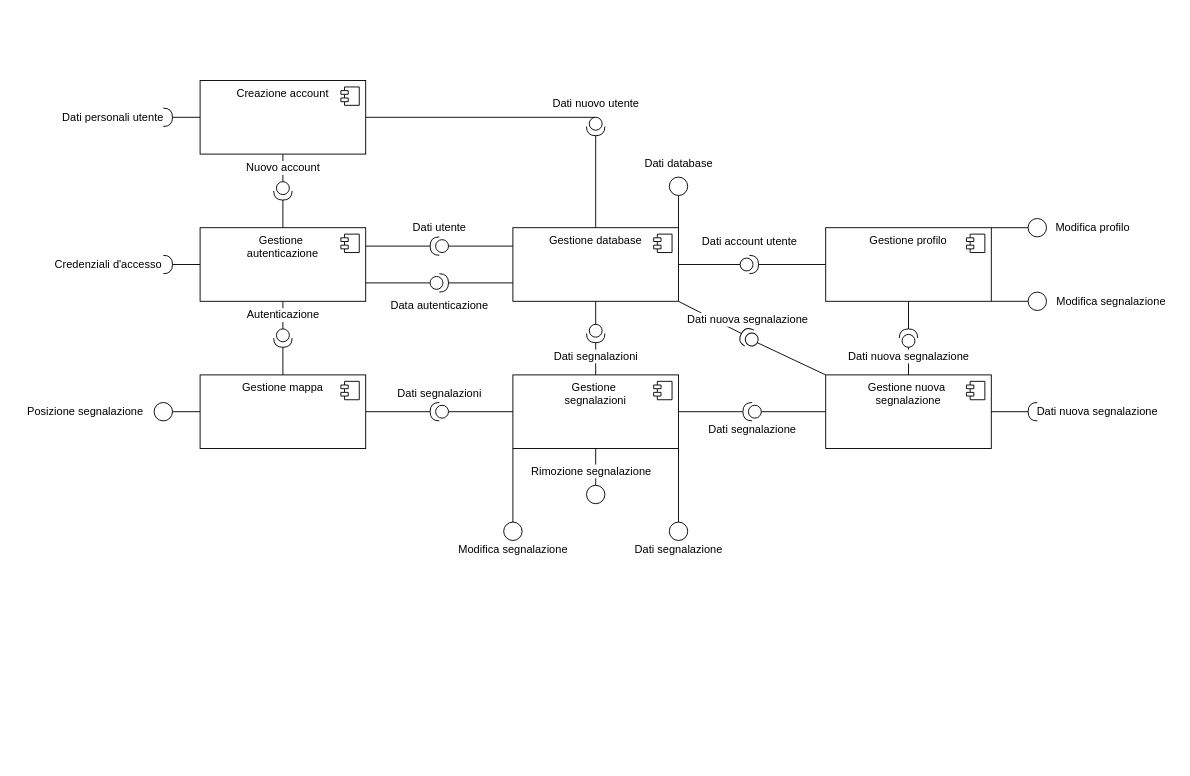
Before: page "Componenti" (14 of 14) of Copia di IS.drawio in LucaBarbolini/Prova1, a draw.io diagram. Source tidied: cells renumbered, new cells numbered last; positions are measured from the earlier drawing's top-left corner, leaving out a move shared by most shapes. Both pictures are drawn from the tidied source at 92%, with x=0, y=0 at pixel (16, 80).
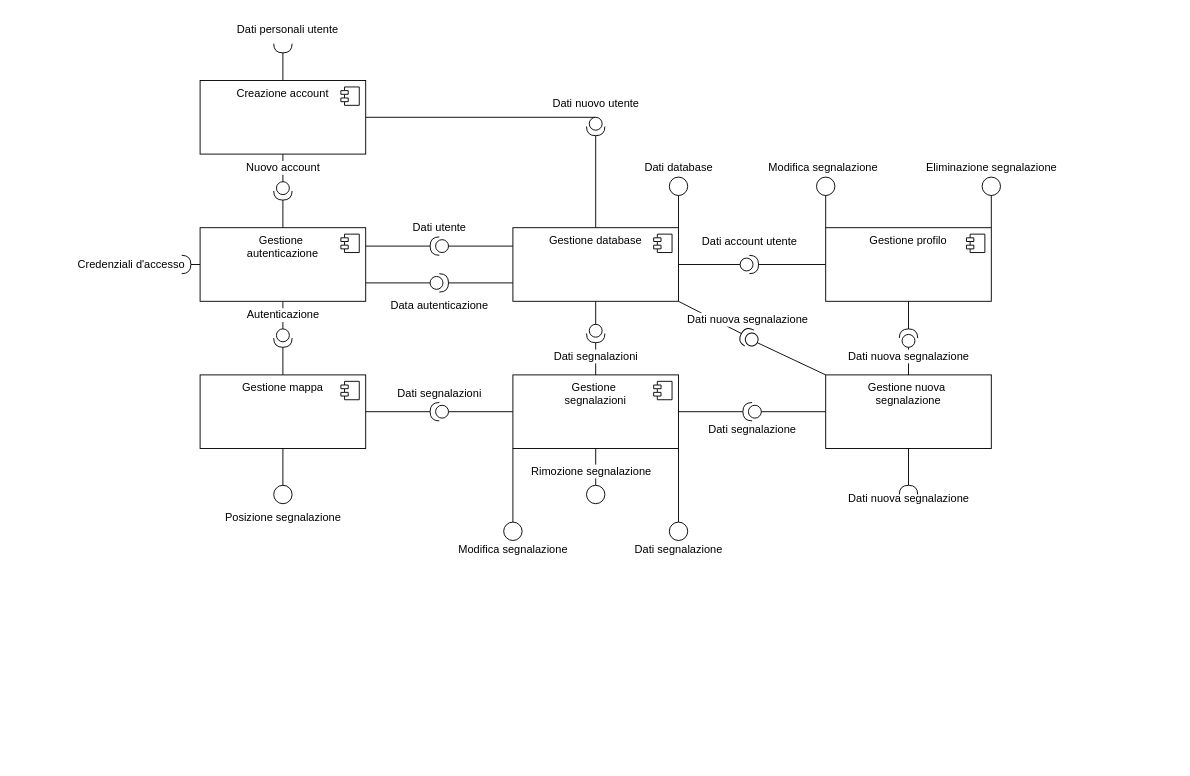
After the change.

Unchanged cells that the change refers to:
```xml
<mxCell id="48" value="Gestione profilo" style="html=1;whiteSpace=wrap;strokeColor=default;align=center;verticalAlign=top;fontFamily=Helvetica;fontSize=12;fontColor=default;fillColor=default;" parent="1" vertex="1">
  <mxGeometry x="880" y="160" width="180" height="80" as="geometry" />
</mxCell>
<mxCell id="52" value="Gestione mappa" style="html=1;whiteSpace=wrap;strokeColor=default;align=center;verticalAlign=top;fontFamily=Helvetica;fontSize=12;fontColor=default;fillColor=default;" parent="1" vertex="1">
  <mxGeometry x="200" y="320" width="180" height="80" as="geometry" />
</mxCell>
<mxCell id="56" value="Gestione nuova&amp;nbsp;&lt;div&gt;segnalazione&lt;/div&gt;" style="html=1;whiteSpace=wrap;strokeColor=default;align=center;verticalAlign=top;fontFamily=Helvetica;fontSize=12;fontColor=default;fillColor=default;" parent="1" vertex="1">
  <mxGeometry x="880" y="320" width="180" height="80" as="geometry" />
</mxCell>
<mxCell id="58" value="Creazione account" style="html=1;whiteSpace=wrap;strokeColor=default;align=center;verticalAlign=top;fontFamily=Helvetica;fontSize=12;fontColor=default;fillColor=default;" parent="1" vertex="1">
  <mxGeometry x="200" width="180" height="80" as="geometry" />
</mxCell>
```

Change to the diagram source:
```diff
@@
     <mxCell id="3" value="Credenziali d'accesso" style="text;html=1;align=center;verticalAlign=middle;strokeColor=none;fillColor=none;fontFamily=Helvetica;fontSize=12;fontColor=default;" parent="1" vertex="1">
-      <mxGeometry x="30" y="185" width="140" height="30" as="geometry" />
+      <mxGeometry x="55" y="185" width="140" height="30" as="geometry" />
     </mxCell>
@@
-    <mxCell id="10" style="shape=requiredInterface;html=1;verticalLabelPosition=bottom;sketch=0;strokeColor=default;align=center;verticalAlign=top;fontFamily=Helvetica;fontSize=12;fontColor=default;fillColor=default;" parent="1" vertex="1">
-      <mxGeometry x="160" y="30" width="10" height="20" as="geometry" />
+    <mxCell id="10" style="shape=requiredInterface;html=1;verticalLabelPosition=bottom;sketch=0;strokeColor=default;align=center;verticalAlign=top;fontFamily=Helvetica;fontSize=12;fontColor=default;fillColor=default;direction=south;" parent="1" vertex="1">
+      <mxGeometry x="280" y="-40" width="20" height="10" as="geometry" />
     </mxCell>
     <mxCell id="11" style="shape=requiredInterface;html=1;verticalLabelPosition=bottom;sketch=0;strokeColor=default;align=center;verticalAlign=top;fontFamily=Helvetica;fontSize=12;fontColor=default;fillColor=default;" parent="1" vertex="1">
-      <mxGeometry x="160" y="190" width="10" height="20" as="geometry" />
+      <mxGeometry x="180" y="190" width="10" height="20" as="geometry" />
     </mxCell>
@@
-    <mxCell id="13" style="endArrow=none;html=1;rounded=0;fontFamily=Helvetica;fontSize=12;fontColor=default;exitX=0;exitY=0.5;exitDx=0;exitDy=0;entryX=1;entryY=0.5;entryDx=0;entryDy=0;entryPerimeter=0;" parent="1" edge="1" source="58" target="10">
+    <mxCell id="13" style="endArrow=none;html=1;rounded=0;fontFamily=Helvetica;fontSize=12;fontColor=default;exitX=0.5;exitY=0;exitDx=0;exitDy=0;entryX=1;entryY=0.5;entryDx=0;entryDy=0;entryPerimeter=0;" parent="1" edge="1" source="58" target="10">
       <mxGeometry relative="1" as="geometry" />
     </mxCell>
     <mxCell id="14" value="Dati personali utente" style="text;html=1;align=center;verticalAlign=middle;strokeColor=none;fillColor=none;fontFamily=Helvetica;fontSize=12;fontColor=default;" parent="1" vertex="1">
-      <mxGeometry x="40" y="25" width="130" height="30" as="geometry" />
+      <mxGeometry x="230" y="-70" width="130" height="30" as="geometry" />
     </mxCell>
@@
-    <mxCell id="57" style="shape=module;jettyWidth=8;jettyHeight=4;strokeColor=default;align=center;verticalAlign=top;fontFamily=Helvetica;fontSize=12;fontColor=default;fillColor=default;" parent="56" vertex="1">
-      <mxGeometry x="1" width="20" height="20" relative="1" as="geometry">
-        <mxPoint x="-27" y="7" as="offset" />
-      </mxGeometry>
-    </mxCell>
@@
-    <mxCell id="60" style="shape=requiredInterface;html=1;verticalLabelPosition=bottom;sketch=0;strokeColor=default;align=center;verticalAlign=top;fontFamily=Helvetica;fontSize=12;fontColor=default;fillColor=default;direction=west;" parent="1" vertex="1">
-      <mxGeometry x="1100" y="350" width="10" height="20" as="geometry" />
+    <mxCell id="60" style="shape=requiredInterface;html=1;verticalLabelPosition=bottom;sketch=0;strokeColor=default;align=center;verticalAlign=top;fontFamily=Helvetica;fontSize=12;fontColor=default;fillColor=default;direction=north;" parent="1" vertex="1">
+      <mxGeometry x="960" y="440" width="20" height="10" as="geometry" />
     </mxCell>
-    <mxCell id="61" style="endArrow=none;html=1;rounded=0;fontFamily=Helvetica;fontSize=12;fontColor=default;exitX=1;exitY=0.5;exitDx=0;exitDy=0;exitPerimeter=0;entryX=1;entryY=0.5;entryDx=0;entryDy=0;" parent="1" edge="1" source="60" target="56">
+    <mxCell id="61" style="endArrow=none;html=1;rounded=0;fontFamily=Helvetica;fontSize=12;fontColor=default;entryX=0.5;entryY=1;entryDx=0;entryDy=0;exitX=1;exitY=0.5;exitDx=0;exitDy=0;exitPerimeter=0;" parent="1" edge="1" source="60" target="56">
       <mxGeometry relative="1" as="geometry" />
     </mxCell>
     <mxCell id="62" value="Dati nuova segnalazione" style="text;html=1;align=center;verticalAlign=middle;strokeColor=none;fillColor=none;fontFamily=Helvetica;fontSize=12;fontColor=default;" parent="1" vertex="1">
-      <mxGeometry x="1100" y="345" width="150" height="30" as="geometry" />
+      <mxGeometry x="895" y="440" width="150" height="30" as="geometry" />
     </mxCell>
@@
-    <mxCell id="69" style="endArrow=none;html=1;rounded=0;exitX=1;exitY=0;exitDx=0;exitDy=0;entryX=0.5;entryY=0;entryDx=0;entryDy=0;" parent="1" edge="1" source="48" target="78">
+    <mxCell id="69" style="endArrow=none;html=1;rounded=0;exitX=0;exitY=0;exitDx=0;exitDy=0;entryX=0.5;entryY=0;entryDx=0;entryDy=0;" parent="1" edge="1" source="48" target="78">
       <mxGeometry relative="1" as="geometry" />
     </mxCell>
-    <mxCell id="70" value="Modifica profilo" style="text;html=1;align=center;verticalAlign=middle;strokeColor=none;fillColor=none;" parent="1" vertex="1">
-      <mxGeometry x="1120" y="145" width="100" height="30" as="geometry" />
-    </mxCell>
-    <mxCell id="71" style="endArrow=none;html=1;rounded=0;entryX=0;entryY=0.5;entryDx=0;entryDy=0;exitX=1;exitY=0.5;exitDx=0;exitDy=0;exitPerimeter=0;" parent="1" edge="1" source="77" target="52">
+    <mxCell id="71" style="endArrow=none;html=1;rounded=0;entryX=0.5;entryY=1;entryDx=0;entryDy=0;exitX=1;exitY=0.5;exitDx=0;exitDy=0;exitPerimeter=0;" parent="1" edge="1" source="77" target="52">
       <mxGeometry relative="1" as="geometry" />
     </mxCell>
     <mxCell id="72" value="Posizione segnalazione" style="text;html=1;align=center;verticalAlign=middle;strokeColor=none;fillColor=none;" parent="1" vertex="1">
-      <mxGeometry y="345" width="150" height="30" as="geometry" />
+      <mxGeometry x="215" y="460" width="150" height="30" as="geometry" />
     </mxCell>
@@
-    <mxCell id="76" style="endArrow=none;html=1;rounded=0;entryX=0;entryY=0.5;entryDx=0;entryDy=0;exitX=1;exitY=0.5;exitDx=0;exitDy=0;exitPerimeter=0;" parent="1" edge="1" target="77">
-      <mxGeometry relative="1" as="geometry">
-        <mxPoint x="170" y="360" as="sourcePoint" />
-      </mxGeometry>
-    </mxCell>
-    <mxCell id="77" style="ellipse;whiteSpace=wrap;html=1;" parent="1" vertex="1">
-      <mxGeometry x="150" y="350" width="20" height="20" as="geometry" />
+    <mxCell id="77" style="ellipse;whiteSpace=wrap;html=1;direction=south;" parent="1" vertex="1">
+      <mxGeometry x="280" y="440" width="20" height="20" as="geometry" />
     </mxCell>
-    <mxCell id="78" style="ellipse;whiteSpace=wrap;html=1;direction=north;" parent="1" vertex="1">
-      <mxGeometry x="1100" y="150" width="20" height="20" as="geometry" />
+    <mxCell id="78" style="ellipse;whiteSpace=wrap;html=1;direction=east;" parent="1" vertex="1">
+      <mxGeometry x="870" y="105" width="20" height="20" as="geometry" />
     </mxCell>
@@
     <mxCell id="84" value="Dati database" style="text;html=1;align=center;verticalAlign=middle;strokeColor=none;fillColor=none;" parent="1" vertex="1">
-      <mxGeometry x="670" y="75" width="100" height="30" as="geometry" />
+      <mxGeometry x="670" y="80" width="100" height="30" as="geometry" />
     </mxCell>
@@
-    <mxCell id="90" style="ellipse;whiteSpace=wrap;html=1;direction=north;" parent="1" vertex="1">
-      <mxGeometry x="1100" y="230" width="20" height="20" as="geometry" />
+    <mxCell id="90" style="ellipse;whiteSpace=wrap;html=1;direction=west;" parent="1" vertex="1">
+      <mxGeometry x="1050" y="105" width="20" height="20" as="geometry" />
     </mxCell>
-    <mxCell id="91" style="endArrow=none;html=1;rounded=0;entryX=0.5;entryY=0;entryDx=0;entryDy=0;exitX=1;exitY=1;exitDx=0;exitDy=0;" parent="1" edge="1" source="48" target="90">
+    <mxCell id="91" style="endArrow=none;html=1;rounded=0;exitX=1;exitY=0;exitDx=0;exitDy=0;entryX=0.5;entryY=0;entryDx=0;entryDy=0;" parent="1" edge="1" source="48" target="90">
       <mxGeometry relative="1" as="geometry" />
     </mxCell>
     <mxCell id="92" value="Modifica segnalazione" style="text;html=1;align=center;verticalAlign=middle;strokeColor=none;fillColor=none;" parent="1" vertex="1">
-      <mxGeometry x="1120" y="225" width="140" height="30" as="geometry" />
+      <mxGeometry x="807" y="80" width="140" height="30" as="geometry" />
     </mxCell>
+    <mxCell id="93" value="Eliminazione segnalazione" style="text;html=1;align=center;verticalAlign=middle;strokeColor=none;fillColor=none;" parent="1" vertex="1">
+      <mxGeometry x="975" y="80" width="170" height="30" as="geometry" />
+    </mxCell>
```
